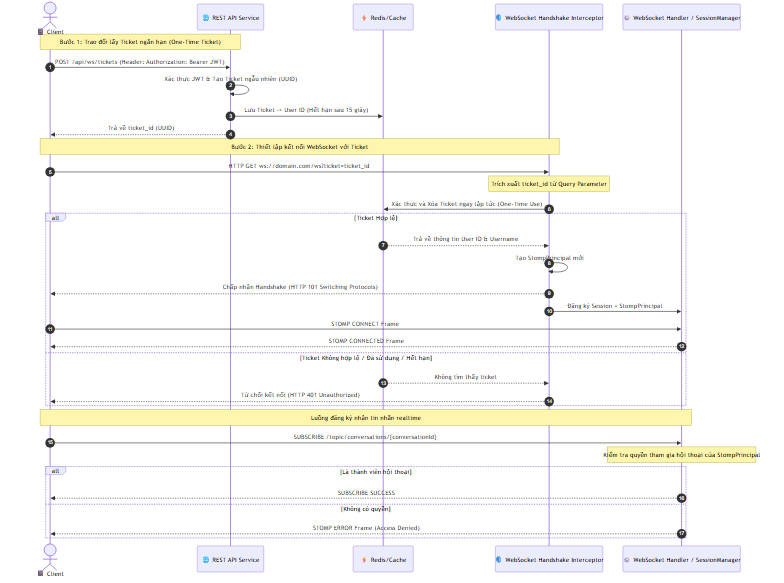
Above: docs/diagrams/websocket_stomp_flow.png in VUVANQUANIT/NexChat (Mermaid), before the change. Its source is kept beside it as docs/diagrams/websocket_stomp_flow.mmd.
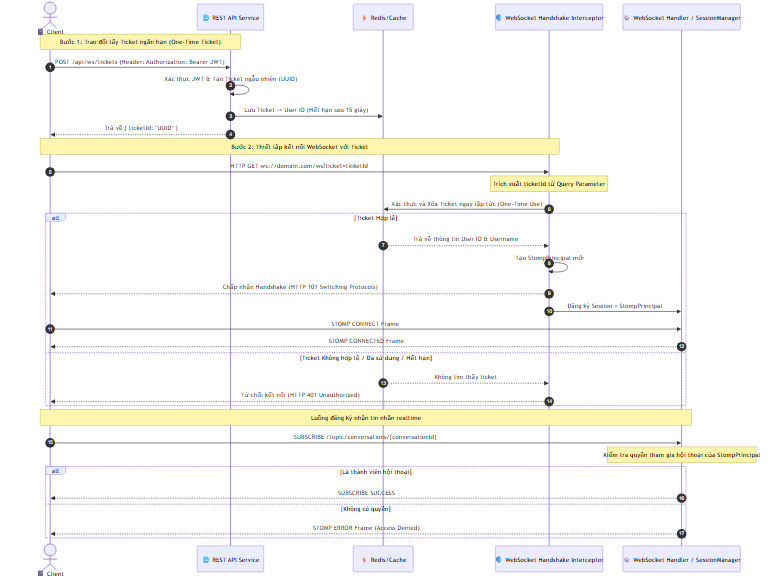
After the change.

What changed in the source:
```diff
@@ -10,11 +10,11 @@
     Client->>API: POST /api/ws/tickets (Header: Authorization: Bearer JWT)
     API->>API: Xác thực JWT & Tạo Ticket ngẫu nhiên (UUID)
     API->>Cache: Lưu Ticket -> User ID (Hết hạn sau 15 giây)
-    API-->>Client: Trả về ticket_id (UUID)
+    API-->>Client: Trả về { ticketId: "UUID" }
 
     Note over Client, Interceptor: Bước 2: Thiết lập kết nối WebSocket với Ticket
-    Client->>Interceptor: HTTP GET ws://domain.com/ws?ticket=ticket_id
-    Note over Interceptor: Trích xuất ticket_id từ Query Parameter
+    Client->>Interceptor: HTTP GET ws://domain.com/ws?ticket=ticketId
+    Note over Interceptor: Trích xuất ticketId từ Query Parameter
     Interceptor->>Cache: Xác thực và Xóa Ticket ngay lập tức (One-Time Use)
     alt Ticket Hợp lệ
         Cache-->>Interceptor: Trả về thông tin User ID & Username
```
